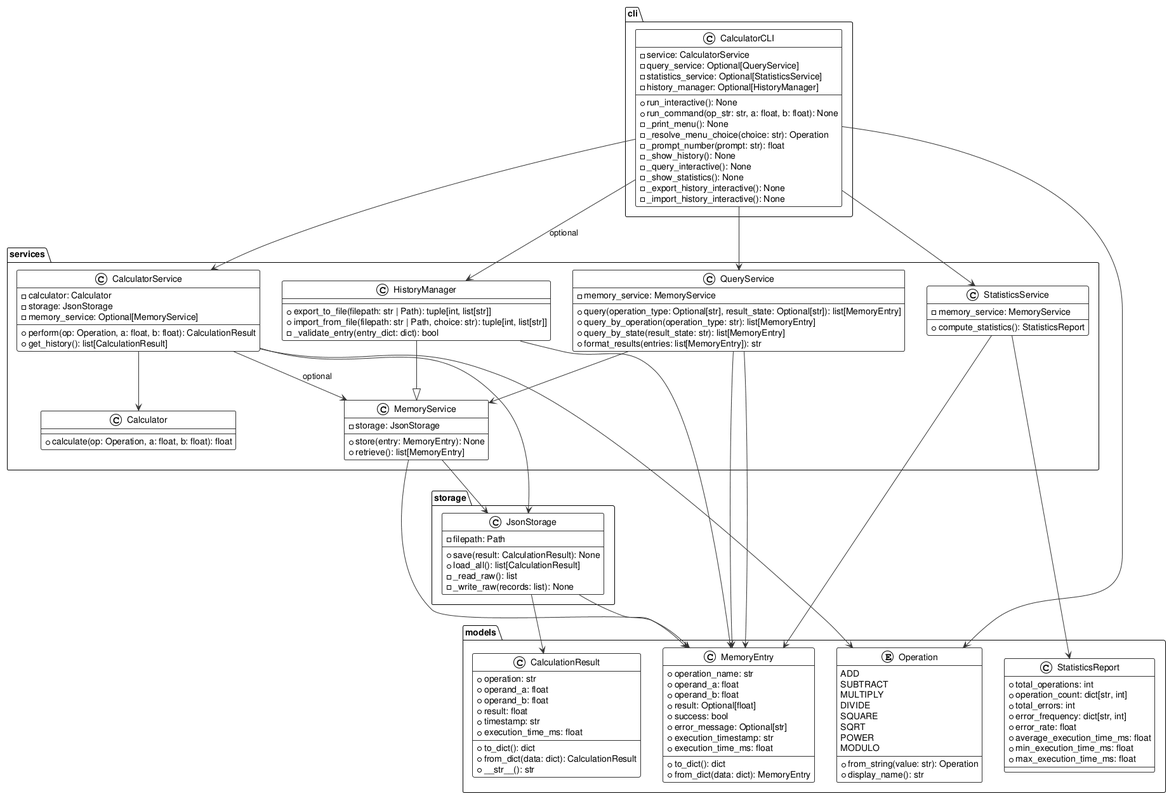
Earlier version of the PlantUML export experiments/broadcast/structured_text/calculator/artifacts/class_diagram.png (DanielRiha8906/Software_autoevolution_using_agents).
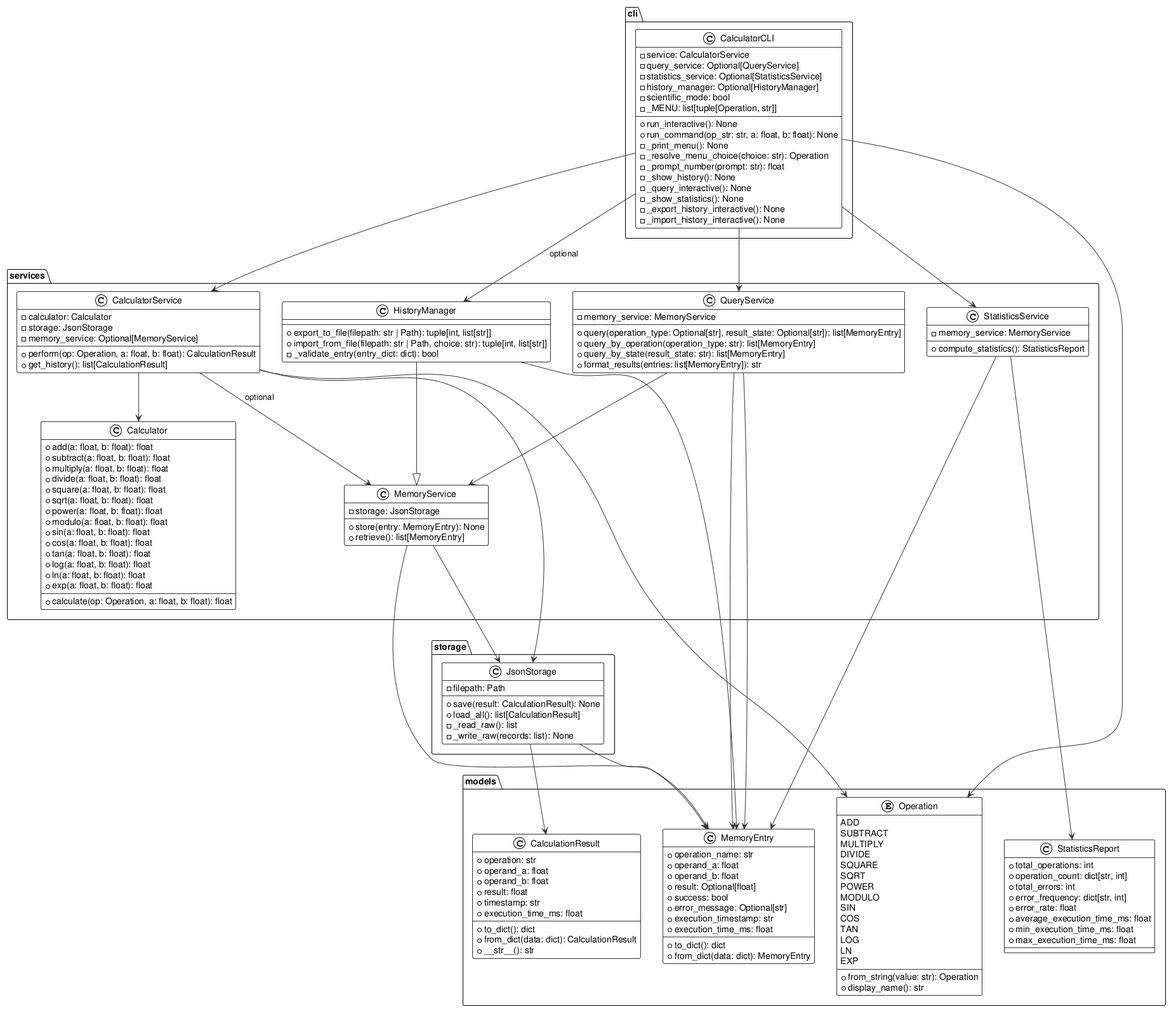
Above is the later version.

What changed in the source:
```diff
@@ -15,6 +15,12 @@
     SQRT
     POWER
     MODULO
+    SIN
+    COS
+    TAN
+    LOG
+    LN
+    EXP
     --
     +from_string(value: str): Operation
     +display_name(): str
@@ -61,6 +67,21 @@
 
 package "services" {
   class Calculator {
+    +add(a: float, b: float): float
+    +subtract(a: float, b: float): float
+    +multiply(a: float, b: float): float
+    +divide(a: float, b: float): float
+    +square(a: float, b: float): float
+    +sqrt(a: float, b: float): float
+    +power(a: float, b: float): float
+    +modulo(a: float, b: float): float
+    +sin(a: float, b: float): float
+    +cos(a: float, b: float): float
+    +tan(a: float, b: float): float
+    +log(a: float, b: float): float
+    +ln(a: float, b: float): float
+    +exp(a: float, b: float): float
+    --
     +calculate(op: Operation, a: float, b: float): float
   }
 
@@ -120,6 +141,8 @@
     -query_service: Optional[QueryService]
     -statistics_service: Optional[StatisticsService]
     -history_manager: Optional[HistoryManager]
+    -scientific_mode: bool
+    -_MENU: list[tuple[Operation, str]]
     --
     +run_interactive(): None
     +run_command(op_str: str, a: float, b: float): None
```
